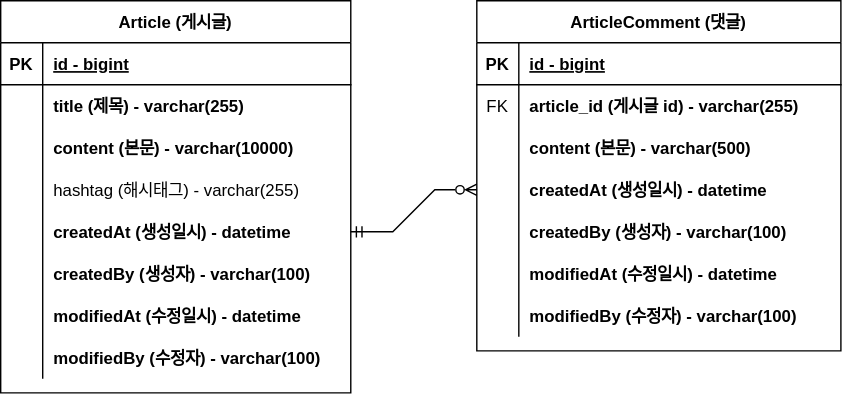
Earlier version of the draw.io export document/fc-project-board-erd.svg (supra1nova/fc-project-board). Source tidied: cells renumbered, new cells last; positions are measured from the earlier drawing's top-left corner, leaving out a move shared by most shapes.
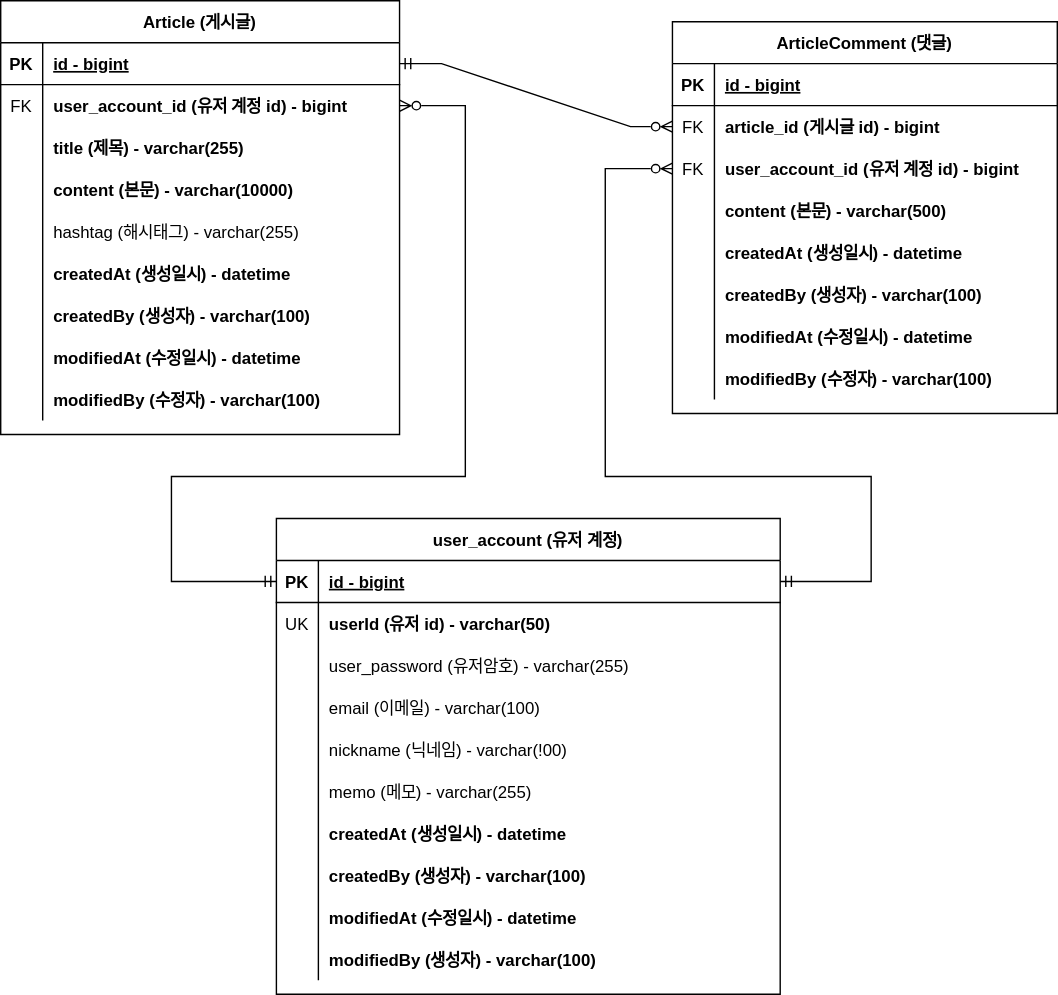
Above is the later version.

Commit message:
#20 - 회원 도메인 ERD 추가

The edit, as a diff of the source:
```diff
@@ -5,6 +5,6 @@
     <mxCell id="2" value="Article (게시글)" style="shape=table;startSize=30;rowLines=0;fontStyle=1;align=center;" parent="1" vertex="1">
-      <mxGeometry width="250" height="280" as="geometry" />
+      <mxGeometry x="-77" y="-200" width="285" height="310" as="geometry" />
     </mxCell>
     <mxCell id="3" style="shape=tableRow;horizontal=0;startSize=0;swimlaneHead=0;swimlaneBody=0;fillColor=none;points=[[0,0.5],[1,0.5]];portConstraint=eastwest;top=0;left=0;right=0;bottom=1;" parent="2" vertex="1">
-      <mxGeometry y="30" width="250" height="30" as="geometry" />
+      <mxGeometry y="30" width="285" height="30" as="geometry" />
     </mxCell>
@@ -14,6 +14,15 @@
     <mxCell id="5" value="id - bigint" style="shape=partialRectangle;fillColor=none;top=0;left=0;bottom=0;right=0;align=left;spacingLeft=6;fontStyle=5;overflow=hidden;" parent="3" vertex="1">
-      <mxGeometry x="30" width="220" height="30" as="geometry" />
+      <mxGeometry x="30" width="255" height="30" as="geometry" />
     </mxCell>
+    <mxCell id="50" style="shape=tableRow;horizontal=0;startSize=0;swimlaneHead=0;swimlaneBody=0;fillColor=none;points=[[0,0.5],[1,0.5]];portConstraint=eastwest;top=0;left=0;right=0;bottom=0;" parent="2" vertex="1">
+      <mxGeometry y="60" width="285" height="30" as="geometry" />
+    </mxCell>
+    <mxCell id="51" value="FK" style="shape=partialRectangle;fillColor=none;top=0;left=0;bottom=0;right=0;overflow=hidden;" parent="50" vertex="1">
+      <mxGeometry width="30" height="30" as="geometry" />
+    </mxCell>
+    <mxCell id="52" value="user_account_id (유저 계정 id) - bigint" style="shape=partialRectangle;fillColor=none;top=0;left=0;bottom=0;right=0;align=left;spacingLeft=6;overflow=hidden;fontStyle=1;" parent="50" vertex="1">
+      <mxGeometry x="30" width="255" height="30" as="geometry" />
+    </mxCell>
     <mxCell id="6" style="shape=tableRow;horizontal=0;startSize=0;swimlaneHead=0;swimlaneBody=0;fillColor=none;top=0;left=0;right=0;bottom=0;" parent="2" vertex="1">
-      <mxGeometry y="60" width="250" height="30" as="geometry" />
+      <mxGeometry y="90" width="285" height="30" as="geometry" />
     </mxCell>
@@ -23,6 +32,6 @@
     <mxCell id="8" value="title (제목) - varchar(255)" style="shape=partialRectangle;fillColor=none;top=0;left=0;bottom=0;right=0;align=left;spacingLeft=6;overflow=hidden;fontStyle=1;" parent="6" vertex="1">
-      <mxGeometry x="30" width="220" height="30" as="geometry" />
+      <mxGeometry x="30" width="255" height="30" as="geometry" />
     </mxCell>
     <mxCell id="9" style="shape=tableRow;horizontal=0;startSize=0;swimlaneHead=0;swimlaneBody=0;fillColor=none;top=0;left=0;right=0;bottom=0;" parent="2" vertex="1">
-      <mxGeometry y="90" width="250" height="30" as="geometry" />
+      <mxGeometry y="120" width="285" height="30" as="geometry" />
     </mxCell>
@@ -32,6 +41,6 @@
     <mxCell id="11" value="content (본문) - varchar(10000)" style="shape=partialRectangle;fillColor=none;top=0;left=0;bottom=0;right=0;align=left;spacingLeft=6;overflow=hidden;fontStyle=1;" parent="9" vertex="1">
-      <mxGeometry x="30" width="220" height="30" as="geometry" />
+      <mxGeometry x="30" width="255" height="30" as="geometry" />
     </mxCell>
     <mxCell id="12" style="shape=tableRow;horizontal=0;startSize=0;swimlaneHead=0;swimlaneBody=0;fillColor=none;top=0;left=0;right=0;bottom=0;" parent="2" vertex="1">
-      <mxGeometry y="120" width="250" height="30" as="geometry" />
+      <mxGeometry y="150" width="285" height="30" as="geometry" />
     </mxCell>
@@ -41,6 +50,6 @@
     <mxCell id="14" value="hashtag (해시태그) - varchar(255)" style="shape=partialRectangle;fillColor=none;top=0;left=0;bottom=0;right=0;align=left;spacingLeft=6;overflow=hidden;" parent="12" vertex="1">
-      <mxGeometry x="30" width="220" height="30" as="geometry" />
+      <mxGeometry x="30" width="255" height="30" as="geometry" />
     </mxCell>
     <mxCell id="15" style="shape=tableRow;horizontal=0;startSize=0;swimlaneHead=0;swimlaneBody=0;fillColor=none;points=[[0,0.5],[1,0.5]];portConstraint=eastwest;top=0;left=0;right=0;bottom=0;" parent="2" vertex="1">
-      <mxGeometry y="150" width="250" height="30" as="geometry" />
+      <mxGeometry y="180" width="285" height="30" as="geometry" />
     </mxCell>
@@ -50,6 +59,6 @@
     <mxCell id="17" value="createdAt (생성일시) - datetime" style="shape=partialRectangle;fillColor=none;top=0;left=0;bottom=0;right=0;align=left;spacingLeft=6;overflow=hidden;fontStyle=1;" parent="15" vertex="1">
-      <mxGeometry x="30" width="220" height="30" as="geometry" />
+      <mxGeometry x="30" width="255" height="30" as="geometry" />
     </mxCell>
     <mxCell id="18" style="shape=tableRow;horizontal=0;startSize=0;swimlaneHead=0;swimlaneBody=0;fillColor=none;top=0;left=0;right=0;bottom=0;" parent="2" vertex="1">
-      <mxGeometry y="180" width="250" height="30" as="geometry" />
+      <mxGeometry y="210" width="285" height="30" as="geometry" />
     </mxCell>
@@ -59,6 +68,6 @@
     <mxCell id="20" value="createdBy (생성자) - varchar(100)" style="shape=partialRectangle;fillColor=none;top=0;left=0;bottom=0;right=0;align=left;spacingLeft=6;overflow=hidden;fontStyle=1;" parent="18" vertex="1">
-      <mxGeometry x="30" width="220" height="30" as="geometry" />
+      <mxGeometry x="30" width="255" height="30" as="geometry" />
     </mxCell>
     <mxCell id="21" style="shape=tableRow;horizontal=0;startSize=0;swimlaneHead=0;swimlaneBody=0;fillColor=none;top=0;left=0;right=0;bottom=0;" parent="2" vertex="1">
-      <mxGeometry y="210" width="250" height="30" as="geometry" />
+      <mxGeometry y="240" width="285" height="30" as="geometry" />
     </mxCell>
@@ -68,6 +77,6 @@
     <mxCell id="23" value="modifiedAt (수정일시) - datetime" style="shape=partialRectangle;fillColor=none;top=0;left=0;bottom=0;right=0;align=left;spacingLeft=6;overflow=hidden;fontStyle=1;" parent="21" vertex="1">
-      <mxGeometry x="30" width="220" height="30" as="geometry" />
+      <mxGeometry x="30" width="255" height="30" as="geometry" />
     </mxCell>
     <mxCell id="24" style="shape=tableRow;horizontal=0;startSize=0;swimlaneHead=0;swimlaneBody=0;fillColor=none;top=0;left=0;right=0;bottom=0;" parent="2" vertex="1">
-      <mxGeometry y="240" width="250" height="30" as="geometry" />
+      <mxGeometry y="270" width="285" height="30" as="geometry" />
     </mxCell>
@@ -77,9 +86,9 @@
     <mxCell id="26" value="modifiedBy (수정자) - varchar(100)" style="shape=partialRectangle;fillColor=none;top=0;left=0;bottom=0;right=0;align=left;spacingLeft=6;overflow=hidden;fontStyle=1;" parent="24" vertex="1">
-      <mxGeometry x="30" width="220" height="30" as="geometry" />
+      <mxGeometry x="30" width="255" height="30" as="geometry" />
     </mxCell>
     <mxCell id="27" value="ArticleComment (댓글)" style="shape=table;startSize=30;rowLines=0;fontStyle=1;align=center;" parent="1" vertex="1">
-      <mxGeometry x="340" width="260" height="250" as="geometry" />
+      <mxGeometry x="403" y="-185" width="275" height="280" as="geometry" />
     </mxCell>
     <mxCell id="28" style="shape=tableRow;horizontal=0;startSize=0;swimlaneHead=0;swimlaneBody=0;fillColor=none;top=0;left=0;right=0;bottom=1;" parent="27" vertex="1">
-      <mxGeometry y="30" width="260" height="30" as="geometry" />
+      <mxGeometry y="30" width="275" height="30" as="geometry" />
     </mxCell>
@@ -89,6 +98,15 @@
     <mxCell id="30" value="id - bigint" style="shape=partialRectangle;fillColor=none;top=0;left=0;bottom=0;right=0;align=left;spacingLeft=6;fontStyle=5;overflow=hidden;" parent="28" vertex="1">
-      <mxGeometry x="30" width="230" height="30" as="geometry" />
+      <mxGeometry x="30" width="245" height="30" as="geometry" />
     </mxCell>
+    <mxCell id="53" style="shape=tableRow;horizontal=0;startSize=0;swimlaneHead=0;swimlaneBody=0;fillColor=none;points=[[0,0.5],[1,0.5]];portConstraint=eastwest;top=0;left=0;right=0;bottom=0;" parent="27" vertex="1">
+      <mxGeometry y="60" width="275" height="30" as="geometry" />
+    </mxCell>
+    <mxCell id="54" value="FK" style="shape=partialRectangle;fillColor=none;top=0;left=0;bottom=0;right=0;overflow=hidden;" parent="53" vertex="1">
+      <mxGeometry width="30" height="30" as="geometry" />
+    </mxCell>
+    <mxCell id="55" value="article_id (게시글 id) - bigint" style="shape=partialRectangle;fillColor=none;top=0;left=0;bottom=0;right=0;align=left;spacingLeft=6;overflow=hidden;fontStyle=1;" parent="53" vertex="1">
+      <mxGeometry x="30" width="245" height="30" as="geometry" />
+    </mxCell>
     <mxCell id="31" style="shape=tableRow;horizontal=0;startSize=0;swimlaneHead=0;swimlaneBody=0;fillColor=none;points=[[0,0.5],[1,0.5]];portConstraint=eastwest;top=0;left=0;right=0;bottom=0;" parent="27" vertex="1">
-      <mxGeometry y="60" width="260" height="30" as="geometry" />
+      <mxGeometry y="90" width="275" height="30" as="geometry" />
     </mxCell>
@@ -97,7 +115,7 @@
     </mxCell>
-    <mxCell id="33" value="article_id (게시글 id) - varchar(255)" style="shape=partialRectangle;fillColor=none;top=0;left=0;bottom=0;right=0;align=left;spacingLeft=6;overflow=hidden;fontStyle=1;" parent="31" vertex="1">
-      <mxGeometry x="30" width="230" height="30" as="geometry" />
+    <mxCell id="33" value="user_account_id (유저 계정 id) - bigint" style="shape=partialRectangle;fillColor=none;top=0;left=0;bottom=0;right=0;align=left;spacingLeft=6;overflow=hidden;fontStyle=1;" parent="31" vertex="1">
+      <mxGeometry x="30" width="245" height="30" as="geometry" />
     </mxCell>
     <mxCell id="34" style="shape=tableRow;horizontal=0;startSize=0;swimlaneHead=0;swimlaneBody=0;fillColor=none;top=0;left=0;right=0;bottom=0;" parent="27" vertex="1">
-      <mxGeometry y="90" width="260" height="30" as="geometry" />
+      <mxGeometry y="120" width="275" height="30" as="geometry" />
     </mxCell>
@@ -107,6 +125,6 @@
     <mxCell id="36" value="content (본문) - varchar(500)" style="shape=partialRectangle;fillColor=none;top=0;left=0;bottom=0;right=0;align=left;spacingLeft=6;overflow=hidden;fontStyle=1;" parent="34" vertex="1">
-      <mxGeometry x="30" width="230" height="30" as="geometry" />
+      <mxGeometry x="30" width="245" height="30" as="geometry" />
     </mxCell>
     <mxCell id="37" style="shape=tableRow;horizontal=0;startSize=0;swimlaneHead=0;swimlaneBody=0;fillColor=none;points=[[0,0.5],[1,0.5]];portConstraint=eastwest;top=0;left=0;right=0;bottom=0;" parent="27" vertex="1">
-      <mxGeometry y="120" width="260" height="30" as="geometry" />
+      <mxGeometry y="150" width="275" height="30" as="geometry" />
     </mxCell>
@@ -116,6 +134,6 @@
     <mxCell id="39" value="createdAt (생성일시) - datetime" style="shape=partialRectangle;fillColor=none;top=0;left=0;bottom=0;right=0;align=left;spacingLeft=6;overflow=hidden;fontStyle=1;" parent="37" vertex="1">
-      <mxGeometry x="30" width="230" height="30" as="geometry" />
+      <mxGeometry x="30" width="245" height="30" as="geometry" />
     </mxCell>
     <mxCell id="40" style="shape=tableRow;horizontal=0;startSize=0;swimlaneHead=0;swimlaneBody=0;fillColor=none;top=0;left=0;right=0;bottom=0;" parent="27" vertex="1">
-      <mxGeometry y="150" width="260" height="30" as="geometry" />
+      <mxGeometry y="180" width="275" height="30" as="geometry" />
     </mxCell>
@@ -125,6 +143,6 @@
     <mxCell id="42" value="createdBy (생성자) - varchar(100)" style="shape=partialRectangle;fillColor=none;top=0;left=0;bottom=0;right=0;align=left;spacingLeft=6;overflow=hidden;fontStyle=1;" parent="40" vertex="1">
-      <mxGeometry x="30" width="230" height="30" as="geometry" />
+      <mxGeometry x="30" width="245" height="30" as="geometry" />
     </mxCell>
     <mxCell id="43" style="shape=tableRow;horizontal=0;startSize=0;swimlaneHead=0;swimlaneBody=0;fillColor=none;top=0;left=0;right=0;bottom=0;" parent="27" vertex="1">
-      <mxGeometry y="180" width="260" height="30" as="geometry" />
+      <mxGeometry y="210" width="275" height="30" as="geometry" />
     </mxCell>
@@ -134,6 +152,6 @@
     <mxCell id="45" value="modifiedAt (수정일시) - datetime" style="shape=partialRectangle;fillColor=none;top=0;left=0;bottom=0;right=0;align=left;spacingLeft=6;overflow=hidden;fontStyle=1;" parent="43" vertex="1">
-      <mxGeometry x="30" width="230" height="30" as="geometry" />
+      <mxGeometry x="30" width="245" height="30" as="geometry" />
     </mxCell>
     <mxCell id="46" style="shape=tableRow;horizontal=0;startSize=0;swimlaneHead=0;swimlaneBody=0;fillColor=none;top=0;left=0;right=0;bottom=0;" parent="27" vertex="1">
-      <mxGeometry y="210" width="260" height="30" as="geometry" />
+      <mxGeometry y="240" width="275" height="30" as="geometry" />
     </mxCell>
@@ -143,7 +161,120 @@
     <mxCell id="48" value="modifiedBy (수정자) - varchar(100)" style="shape=partialRectangle;fillColor=none;top=0;left=0;bottom=0;right=0;align=left;spacingLeft=6;overflow=hidden;fontStyle=1;" parent="46" vertex="1">
-      <mxGeometry x="30" width="230" height="30" as="geometry" />
+      <mxGeometry x="30" width="245" height="30" as="geometry" />
     </mxCell>
-    <mxCell id="49" style="edgeStyle=entityRelationEdgeStyle;fontSize=12;html=1;endArrow=ERzeroToMany;startArrow=ERmandOne;rounded=0;exitX=1;exitY=0.5;exitDx=0;exitDy=0;entryX=0;entryY=0.5;entryDx=0;entryDy=0;endFill=0;" parent="1" edge="1" source="15" target="37">
+    <mxCell id="49" style="edgeStyle=entityRelationEdgeStyle;fontSize=12;html=1;endArrow=ERzeroToMany;startArrow=ERmandOne;rounded=0;endFill=0;" parent="1" edge="1" source="3" target="53">
       <mxGeometry relative="1" as="geometry" />
     </mxCell>
+    <mxCell id="56" value="user_account (유저 계정)" style="shape=table;startSize=30;rowLines=0;fontStyle=1;align=center;" parent="1" vertex="1">
+      <mxGeometry x="120" y="170" width="360" height="340" as="geometry" />
+    </mxCell>
+    <mxCell id="57" style="shape=tableRow;horizontal=0;startSize=0;swimlaneHead=0;swimlaneBody=0;fillColor=none;points=[[0,0.5],[1,0.5]];portConstraint=eastwest;top=0;left=0;right=0;bottom=1;" parent="56" vertex="1">
+      <mxGeometry y="30" width="360" height="30" as="geometry" />
+    </mxCell>
+    <mxCell id="58" value="PK" style="shape=partialRectangle;fillColor=none;top=0;left=0;bottom=0;right=0;fontStyle=1;overflow=hidden;" parent="57" vertex="1">
+      <mxGeometry width="30" height="30" as="geometry" />
+    </mxCell>
+    <mxCell id="59" value="id - bigint" style="shape=partialRectangle;fillColor=none;top=0;left=0;bottom=0;right=0;align=left;spacingLeft=6;fontStyle=5;overflow=hidden;" parent="57" vertex="1">
+      <mxGeometry x="30" width="330" height="30" as="geometry" />
+    </mxCell>
+    <mxCell id="60" style="shape=tableRow;horizontal=0;startSize=0;swimlaneHead=0;swimlaneBody=0;fillColor=none;top=0;left=0;right=0;bottom=0;" parent="56" vertex="1">
+      <mxGeometry y="60" width="360" height="30" as="geometry" />
+    </mxCell>
+    <mxCell id="61" value="UK" style="shape=partialRectangle;fillColor=none;top=0;left=0;bottom=0;right=0;overflow=hidden;" parent="60" vertex="1">
+      <mxGeometry width="30" height="30" as="geometry" />
+    </mxCell>
+    <mxCell id="62" value="userId (유저 id) - varchar(50)" style="shape=partialRectangle;fillColor=none;top=0;left=0;bottom=0;right=0;align=left;spacingLeft=6;overflow=hidden;fontStyle=1;" parent="60" vertex="1">
+      <mxGeometry x="30" width="330" height="30" as="geometry" />
+    </mxCell>
+    <mxCell id="63" style="shape=tableRow;horizontal=0;startSize=0;swimlaneHead=0;swimlaneBody=0;fillColor=none;top=0;left=0;right=0;bottom=0;fontStyle=1;" parent="56" vertex="1">
+      <mxGeometry y="90" width="360" height="30" as="geometry" />
+    </mxCell>
+    <mxCell id="64" style="shape=partialRectangle;fillColor=none;top=0;left=0;bottom=0;right=0;overflow=hidden;" parent="63" vertex="1">
+      <mxGeometry width="30" height="30" as="geometry" />
+    </mxCell>
+    <mxCell id="65" value="user_password (유저암호) - varchar(255)" style="shape=partialRectangle;fillColor=none;top=0;left=0;bottom=0;right=0;align=left;spacingLeft=6;overflow=hidden;" parent="63" vertex="1">
+      <mxGeometry x="30" width="330" height="30" as="geometry" />
+    </mxCell>
+    <mxCell id="66" style="shape=tableRow;horizontal=0;startSize=0;swimlaneHead=0;swimlaneBody=0;fillColor=none;top=0;left=0;right=0;bottom=0;" parent="56" vertex="1">
+      <mxGeometry y="120" width="360" height="30" as="geometry" />
+    </mxCell>
+    <mxCell id="67" style="shape=partialRectangle;fillColor=none;top=0;left=0;bottom=0;right=0;overflow=hidden;" parent="66" vertex="1">
+      <mxGeometry width="30" height="30" as="geometry" />
+    </mxCell>
+    <mxCell id="68" value="email (이메일) - varchar(100)" style="shape=partialRectangle;fillColor=none;top=0;left=0;bottom=0;right=0;align=left;spacingLeft=6;overflow=hidden;" parent="66" vertex="1">
+      <mxGeometry x="30" width="330" height="30" as="geometry" />
+    </mxCell>
+    <mxCell id="69" style="shape=tableRow;horizontal=0;startSize=0;swimlaneHead=0;swimlaneBody=0;fillColor=none;top=0;left=0;right=0;bottom=0;" parent="56" vertex="1">
+      <mxGeometry y="150" width="360" height="30" as="geometry" />
+    </mxCell>
+    <mxCell id="70" style="shape=partialRectangle;fillColor=none;top=0;left=0;bottom=0;right=0;overflow=hidden;" parent="69" vertex="1">
+      <mxGeometry width="30" height="30" as="geometry" />
+    </mxCell>
+    <mxCell id="71" value="nickname (닉네임) - varchar(!00)" style="shape=partialRectangle;fillColor=none;top=0;left=0;bottom=0;right=0;align=left;spacingLeft=6;overflow=hidden;" parent="69" vertex="1">
+      <mxGeometry x="30" width="330" height="30" as="geometry" />
+    </mxCell>
+    <mxCell id="72" style="shape=tableRow;horizontal=0;startSize=0;swimlaneHead=0;swimlaneBody=0;fillColor=none;top=0;left=0;right=0;bottom=0;" parent="56" vertex="1">
+      <mxGeometry y="180" width="360" height="30" as="geometry" />
+    </mxCell>
+    <mxCell id="73" style="shape=partialRectangle;fillColor=none;top=0;left=0;bottom=0;right=0;overflow=hidden;" parent="72" vertex="1">
+      <mxGeometry width="30" height="30" as="geometry" />
+    </mxCell>
+    <mxCell id="74" value="memo (메모) - varchar(255)" style="shape=partialRectangle;fillColor=none;top=0;left=0;bottom=0;right=0;align=left;spacingLeft=6;overflow=hidden;" parent="72" vertex="1">
+      <mxGeometry x="30" width="330" height="30" as="geometry" />
+    </mxCell>
+    <mxCell id="75" style="shape=tableRow;horizontal=0;startSize=0;swimlaneHead=0;swimlaneBody=0;fillColor=none;top=0;left=0;right=0;bottom=0;" parent="56" vertex="1">
+      <mxGeometry y="210" width="360" height="30" as="geometry" />
+    </mxCell>
+    <mxCell id="76" style="shape=partialRectangle;fillColor=none;top=0;left=0;bottom=0;right=0;overflow=hidden;" parent="75" vertex="1">
+      <mxGeometry width="30" height="30" as="geometry" />
+    </mxCell>
+    <mxCell id="77" value="createdAt (생성일시) - datetime" style="shape=partialRectangle;fillColor=none;top=0;left=0;bottom=0;right=0;align=left;spacingLeft=6;overflow=hidden;fontStyle=1;" parent="75" vertex="1">
+      <mxGeometry x="30" width="330" height="30" as="geometry" />
+    </mxCell>
+    <mxCell id="78" style="shape=tableRow;horizontal=0;startSize=0;swimlaneHead=0;swimlaneBody=0;fillColor=none;top=0;left=0;right=0;bottom=0;" parent="56" vertex="1">
+      <mxGeometry y="240" width="360" height="30" as="geometry" />
+    </mxCell>
+    <mxCell id="79" style="shape=partialRectangle;fillColor=none;top=0;left=0;bottom=0;right=0;overflow=hidden;" parent="78" vertex="1">
+      <mxGeometry width="30" height="30" as="geometry" />
+    </mxCell>
+    <mxCell id="80" value="createdBy (생성자) - varchar(100)" style="shape=partialRectangle;fillColor=none;top=0;left=0;bottom=0;right=0;align=left;spacingLeft=6;overflow=hidden;fontStyle=1;" parent="78" vertex="1">
+      <mxGeometry x="30" width="330" height="30" as="geometry" />
+    </mxCell>
+    <mxCell id="81" style="shape=tableRow;horizontal=0;startSize=0;swimlaneHead=0;swimlaneBody=0;fillColor=none;top=0;left=0;right=0;bottom=0;" parent="56" vertex="1">
+      <mxGeometry y="270" width="360" height="30" as="geometry" />
+    </mxCell>
+    <mxCell id="82" style="shape=partialRectangle;fillColor=none;top=0;left=0;bottom=0;right=0;overflow=hidden;" parent="81" vertex="1">
+      <mxGeometry width="30" height="30" as="geometry" />
+    </mxCell>
+    <mxCell id="83" value="modifiedAt (수정일시) - datetime" style="shape=partialRectangle;fillColor=none;top=0;left=0;bottom=0;right=0;align=left;spacingLeft=6;overflow=hidden;fontStyle=1;" parent="81" vertex="1">
+      <mxGeometry x="30" width="330" height="30" as="geometry" />
+    </mxCell>
+    <mxCell id="84" style="shape=tableRow;horizontal=0;startSize=0;swimlaneHead=0;swimlaneBody=0;fillColor=none;top=0;left=0;right=0;bottom=0;" parent="56" vertex="1">
+      <mxGeometry y="300" width="360" height="30" as="geometry" />
+    </mxCell>
+    <mxCell id="85" style="shape=partialRectangle;fillColor=none;top=0;left=0;bottom=0;right=0;overflow=hidden;" parent="84" vertex="1">
+      <mxGeometry width="30" height="30" as="geometry" />
+    </mxCell>
+    <mxCell id="86" value="modifiedBy (생성자) - varchar(100)" style="shape=partialRectangle;fillColor=none;top=0;left=0;bottom=0;right=0;align=left;spacingLeft=6;overflow=hidden;fontStyle=1;" parent="84" vertex="1">
+      <mxGeometry x="30" width="330" height="30" as="geometry" />
+    </mxCell>
+    <mxCell id="87" style="edgeStyle=orthogonalEdgeStyle;rounded=0;jettySize=auto;html=1;exitX=0;exitY=0.5;exitDx=0;exitDy=0;endArrow=ERzeroToMany;endFill=0;startArrow=ERmandOne;startFill=0;" parent="1" edge="1" source="57" target="50">
+      <mxGeometry relative="1" as="geometry">
+        <Array as="points">
+          <mxPoint x="45" y="215" />
+          <mxPoint x="45" y="140" />
+          <mxPoint x="255" y="140" />
+          <mxPoint x="255" y="-125" />
+        </Array>
+      </mxGeometry>
+    </mxCell>
+    <mxCell id="88" style="edgeStyle=orthogonalEdgeStyle;rounded=0;jettySize=auto;html=1;entryX=0;entryY=0.5;entryDx=0;entryDy=0;startArrow=ERmandOne;startFill=0;endArrow=ERzeroToMany;endFill=0;exitX=1;exitY=0.5;exitDx=0;exitDy=0;" parent="1" edge="1" source="57" target="31">
+      <mxGeometry relative="1" as="geometry">
+        <Array as="points">
+          <mxPoint x="545" y="215" />
+          <mxPoint x="545" y="140" />
+          <mxPoint x="355" y="140" />
+          <mxPoint x="355" y="-80" />
+        </Array>
+      </mxGeometry>
+    </mxCell>
   </root>
```
